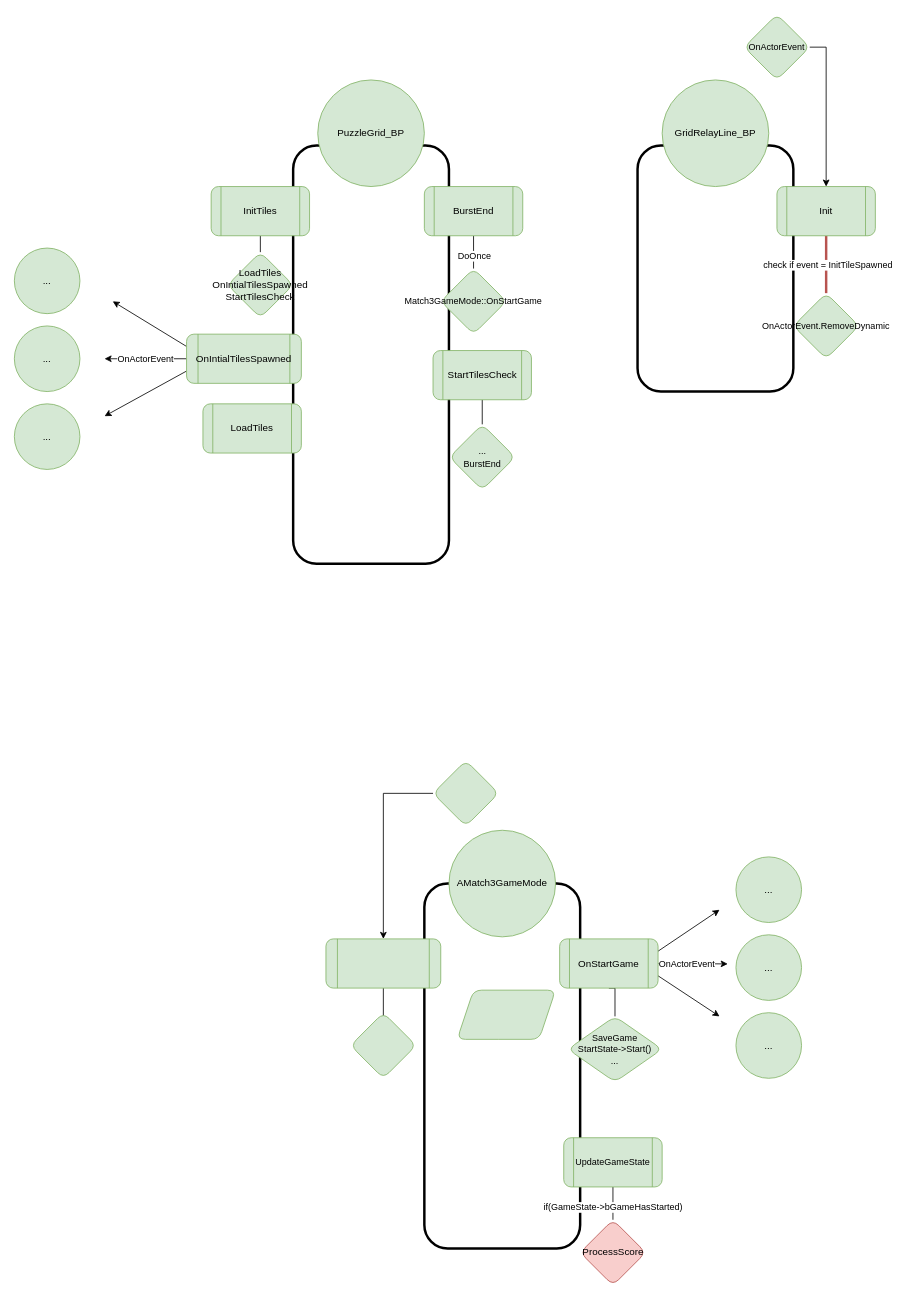
accusard/POdimh keeps this draw.io diagram as Design Documents/GameLoad.drawio. Above is the earlier version. Source tidied: cells renumbered, new cells numbered last; positions are measured from the earlier drawing's top-left corner, leaving out a move shared by most shapes. Both pictures are drawn from the tidied source at 82%, with x=0, y=0 at pixel (14, 14).
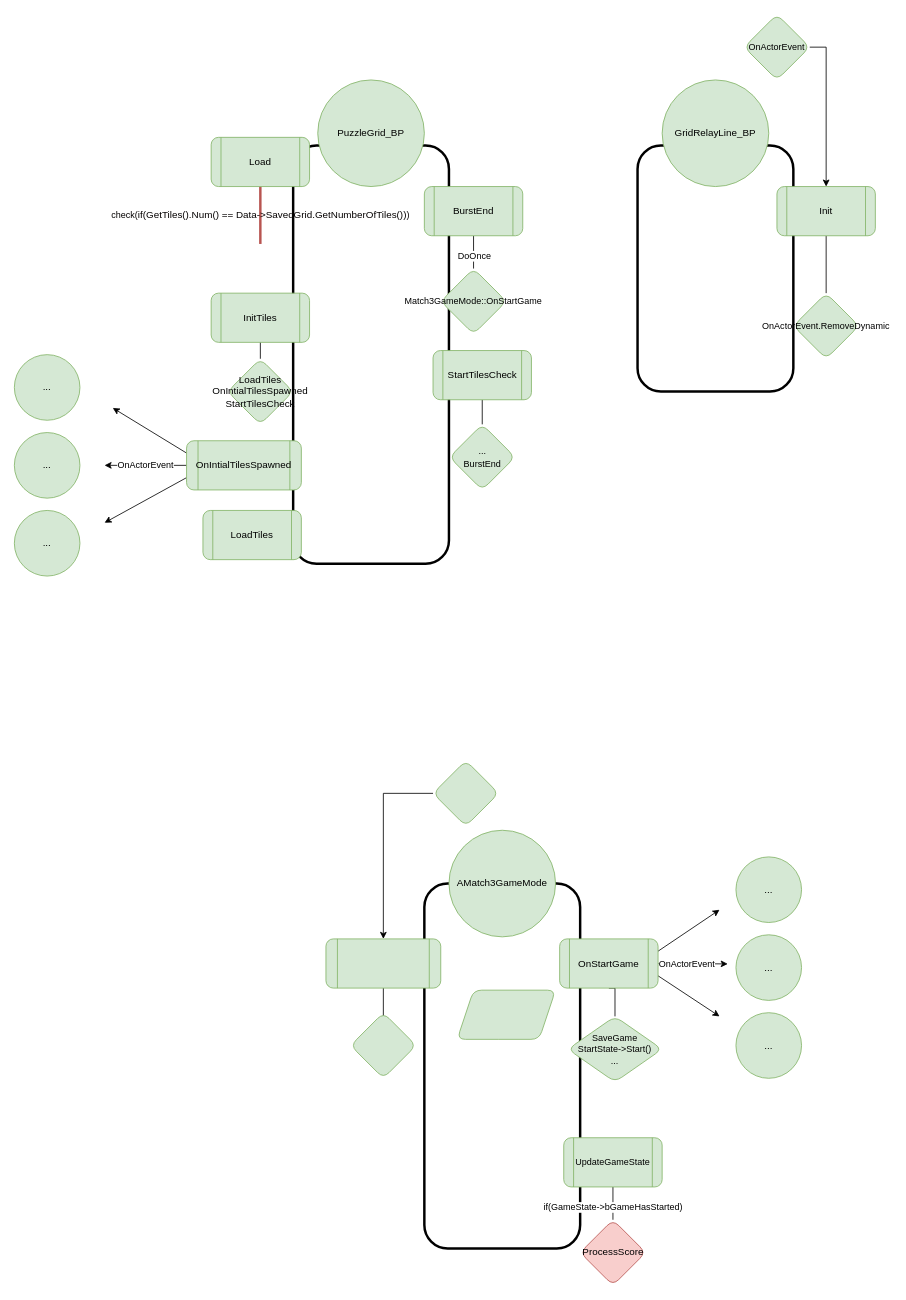
After the change.

Commit message (it also covers changes not shown here):
add checks during LoadTiles to cases where index is mismatched with save data and Match3GameMode_BP didn't set gameplay options

The change refers to these unchanged cells:
```xml
<mxCell id="44" value="Init" style="shape=process;whiteSpace=wrap;html=1;backgroundOutline=1;fillColor=#d5e8d4;strokeColor=#82b366;rounded=1;fontFamily=SF Mono;" parent="1" vertex="1">
  <mxGeometry x="930" y="210" width="120" height="60" as="geometry" />
</mxCell>
<mxCell id="46" value="&lt;span style=&quot;font-size: 11px&quot;&gt;OnActorEvent.RemoveDynamic&lt;br&gt;&lt;/span&gt;" style="rhombus;whiteSpace=wrap;html=1;fillColor=#d5e8d4;strokeColor=#82b366;rounded=1;labelBackgroundColor=none;fontFamily=SF Mono;" parent="1" vertex="1">
  <mxGeometry x="950" y="340" width="80" height="80" as="geometry" />
</mxCell>
```

The edit, as a diff of the source:
```diff
@@
     <mxCell id="29" value="InitTiles" style="shape=process;whiteSpace=wrap;html=1;backgroundOutline=1;fillColor=#d5e8d4;strokeColor=#82b366;rounded=1;fontFamily=SF Mono;" parent="1" vertex="1">
-      <mxGeometry x="240" y="210" width="120" height="60" as="geometry" />
+      <mxGeometry x="240" y="340" width="120" height="60" as="geometry" />
     </mxCell>
     <mxCell id="30" value="LoadTiles&lt;br&gt;OnIntialTilesSpawned&lt;span&gt;&lt;br&gt;StartTilesCheck&lt;br&gt;&lt;/span&gt;" style="rhombus;whiteSpace=wrap;html=1;fillColor=#d5e8d4;strokeColor=#82b366;rounded=1;labelBackgroundColor=none;fontFamily=SF Mono;" parent="1" vertex="1">
-      <mxGeometry x="260" y="290" width="80" height="80" as="geometry" />
+      <mxGeometry x="260" y="420" width="80" height="80" as="geometry" />
     </mxCell>
     <mxCell id="31" style="edgeStyle=none;shape=connector;rounded=0;jettySize=auto;html=1;exitX=0;exitY=0.25;exitDx=0;exitDy=0;labelBackgroundColor=default;fontFamily=SF Mono;fontSize=11;fontColor=default;endArrow=classic;endFill=1;strokeColor=default;" parent="1" edge="1" source="34">
       <mxGeometry relative="1" as="geometry">
-        <mxPoint x="120" y="350" as="targetPoint" />
+        <mxPoint x="120" y="480" as="targetPoint" />
       </mxGeometry>
     </mxCell>
     <mxCell id="32" value="OnActorEvent" style="edgeStyle=none;shape=connector;rounded=0;jettySize=auto;html=1;exitX=0;exitY=0.5;exitDx=0;exitDy=0;labelBackgroundColor=default;fontFamily=SF Mono;fontSize=11;fontColor=default;endArrow=classic;endFill=1;strokeColor=default;" parent="1" edge="1" source="34">
       <mxGeometry relative="1" as="geometry">
-        <mxPoint x="110" y="420" as="targetPoint" />
+        <mxPoint x="110" y="550" as="targetPoint" />
       </mxGeometry>
     </mxCell>
     <mxCell id="33" style="edgeStyle=none;shape=connector;rounded=0;jettySize=auto;html=1;exitX=0;exitY=0.75;exitDx=0;exitDy=0;labelBackgroundColor=default;fontFamily=SF Mono;fontSize=11;fontColor=default;endArrow=classic;endFill=1;strokeColor=default;" parent="1" edge="1" source="34">
       <mxGeometry relative="1" as="geometry">
-        <mxPoint x="110" y="490" as="targetPoint" />
+        <mxPoint x="110" y="620" as="targetPoint" />
       </mxGeometry>
     </mxCell>
     <mxCell id="34" value="OnIntialTilesSpawned" style="shape=process;whiteSpace=wrap;html=1;backgroundOutline=1;fillColor=#d5e8d4;strokeColor=#82b366;rounded=1;fontFamily=SF Mono;" parent="1" vertex="1">
-      <mxGeometry x="210" y="390" width="140" height="60" as="geometry" />
+      <mxGeometry x="210" y="520" width="140" height="60" as="geometry" />
     </mxCell>
@@
     <mxCell id="38" value="..." style="ellipse;whiteSpace=wrap;html=1;fillColor=#d5e8d4;strokeColor=#82b366;rounded=1;" parent="1" vertex="1">
-      <mxGeometry y="285" width="80" height="80" as="geometry" />
+      <mxGeometry y="415" width="80" height="80" as="geometry" />
     </mxCell>
     <mxCell id="39" value="..." style="ellipse;whiteSpace=wrap;html=1;fillColor=#d5e8d4;strokeColor=#82b366;rounded=1;" parent="1" vertex="1">
-      <mxGeometry y="380" width="80" height="80" as="geometry" />
+      <mxGeometry y="510" width="80" height="80" as="geometry" />
     </mxCell>
     <mxCell id="40" value="..." style="ellipse;whiteSpace=wrap;html=1;fillColor=#d5e8d4;strokeColor=#82b366;rounded=1;" parent="1" vertex="1">
-      <mxGeometry y="475" width="80" height="80" as="geometry" />
+      <mxGeometry y="605" width="80" height="80" as="geometry" />
     </mxCell>
@@
-    <mxCell id="42" style="edgeStyle=none;rounded=1;jettySize=auto;html=1;exitX=0.5;exitY=1;exitDx=0;exitDy=0;endArrow=none;endFill=0;entryX=0.5;entryY=0;entryDx=0;entryDy=0;fontFamily=SF Mono;fillColor=#f8cecc;strokeColor=#b85450;strokeWidth=3;" parent="1" edge="1" source="44" target="46">
+    <mxCell id="42" style="edgeStyle=none;rounded=1;jettySize=auto;html=1;exitX=0.5;exitY=1;exitDx=0;exitDy=0;endArrow=none;endFill=0;entryX=0.5;entryY=0;entryDx=0;entryDy=0;fontFamily=SF Mono;fillColor=#f8cecc;strokeColor=#050202;strokeWidth=1;" parent="1" edge="1" source="44" target="46">
       <mxGeometry relative="1" as="geometry" />
     </mxCell>
-    <mxCell id="43" value="check if event = InitTileSpawned" style="edgeLabel;html=1;align=center;verticalAlign=middle;fontSize=11;fontFamily=SF Mono;fontColor=default;" parent="42" vertex="1">
-      <mxGeometry y="1" relative="1" as="geometry" />
-    </mxCell>
@@
     <mxCell id="52" value="LoadTiles" style="shape=process;whiteSpace=wrap;html=1;backgroundOutline=1;fillColor=#d5e8d4;strokeColor=#82b366;rounded=1;fontFamily=SF Mono;" parent="1" vertex="1">
-      <mxGeometry x="230" y="475" width="120" height="60" as="geometry" />
+      <mxGeometry x="230" y="605" width="120" height="60" as="geometry" />
     </mxCell>
+    <mxCell id="53" value="&lt;p&gt;&lt;font face=&quot;SF mono&quot; color=&quot;#050202&quot;&gt;check(&lt;span style=&quot;font-size: 12px&quot;&gt;if&lt;/span&gt;&lt;span style=&quot;font-size: 12px&quot;&gt;(GetTiles().Num() == Data-&amp;gt;SavedGrid.GetNumberOfTiles())&lt;/span&gt;)&lt;/font&gt;&lt;/p&gt;" style="edgeStyle=orthogonalEdgeStyle;rounded=0;jettySize=auto;html=1;exitX=0.5;exitY=1;exitDx=0;exitDy=0;strokeColor=#b85450;strokeWidth=3;endArrow=none;endFill=0;labelBackgroundColor=none;fillColor=#f8cecc;" parent="1" edge="1" source="54">
+      <mxGeometry relative="1" as="geometry">
+        <mxPoint x="300" y="280" as="targetPoint" />
+      </mxGeometry>
+    </mxCell>
+    <mxCell id="54" value="Load" style="shape=process;whiteSpace=wrap;html=1;backgroundOutline=1;fillColor=#d5e8d4;strokeColor=#82b366;rounded=1;fontFamily=SF Mono;" parent="1" vertex="1">
+      <mxGeometry x="240" y="150" width="120" height="60" as="geometry" />
+    </mxCell>
```
